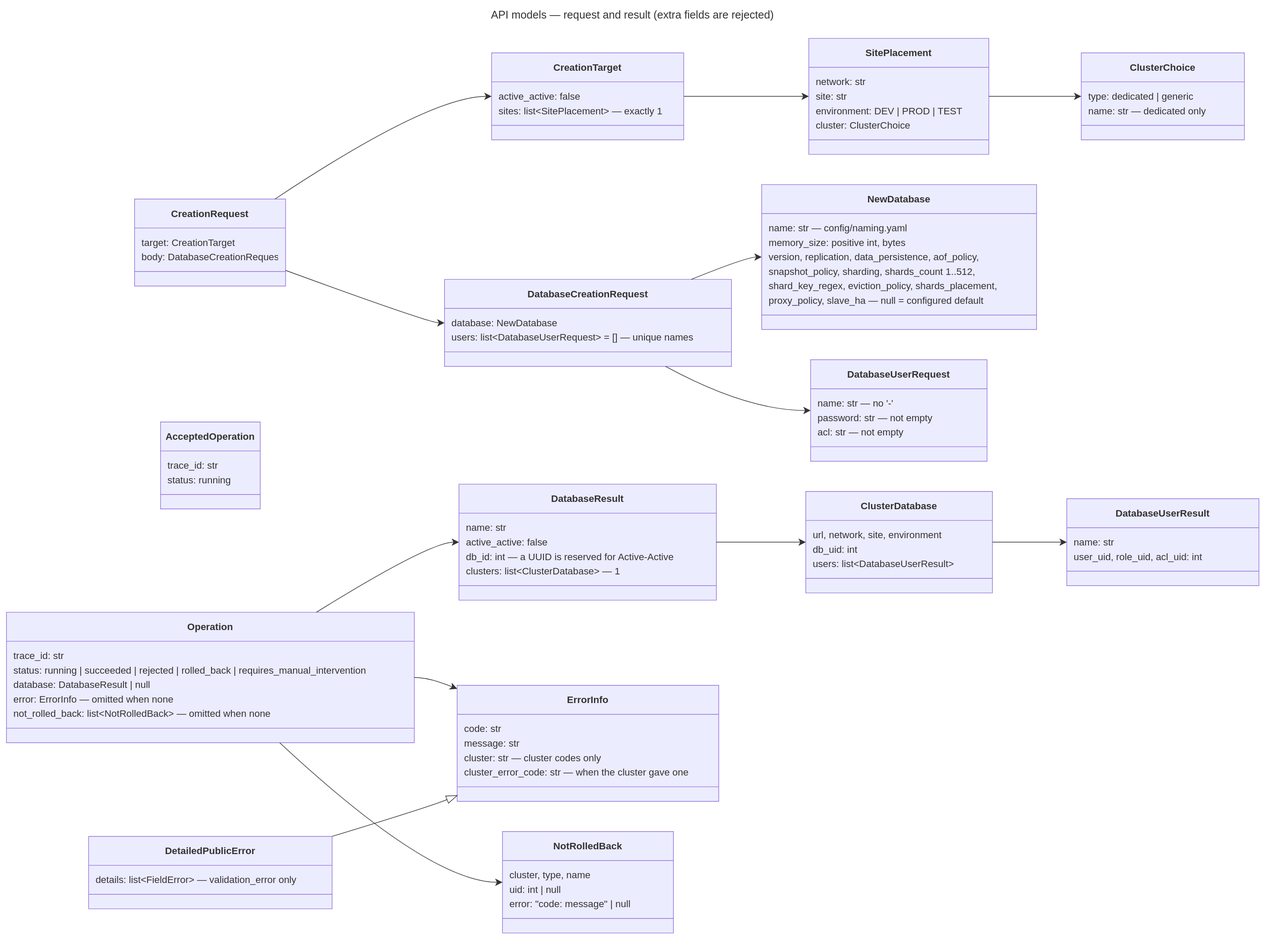
The draw.io diagram docs/diagrams/19-api-models-create.drawio.svg in EliShteinman/redis-enterprise-services, before a commit. Source tidied: cells renumbered, new cells last; positions are measured from the earlier drawing's top-left corner, leaving out a move shared by most shapes.
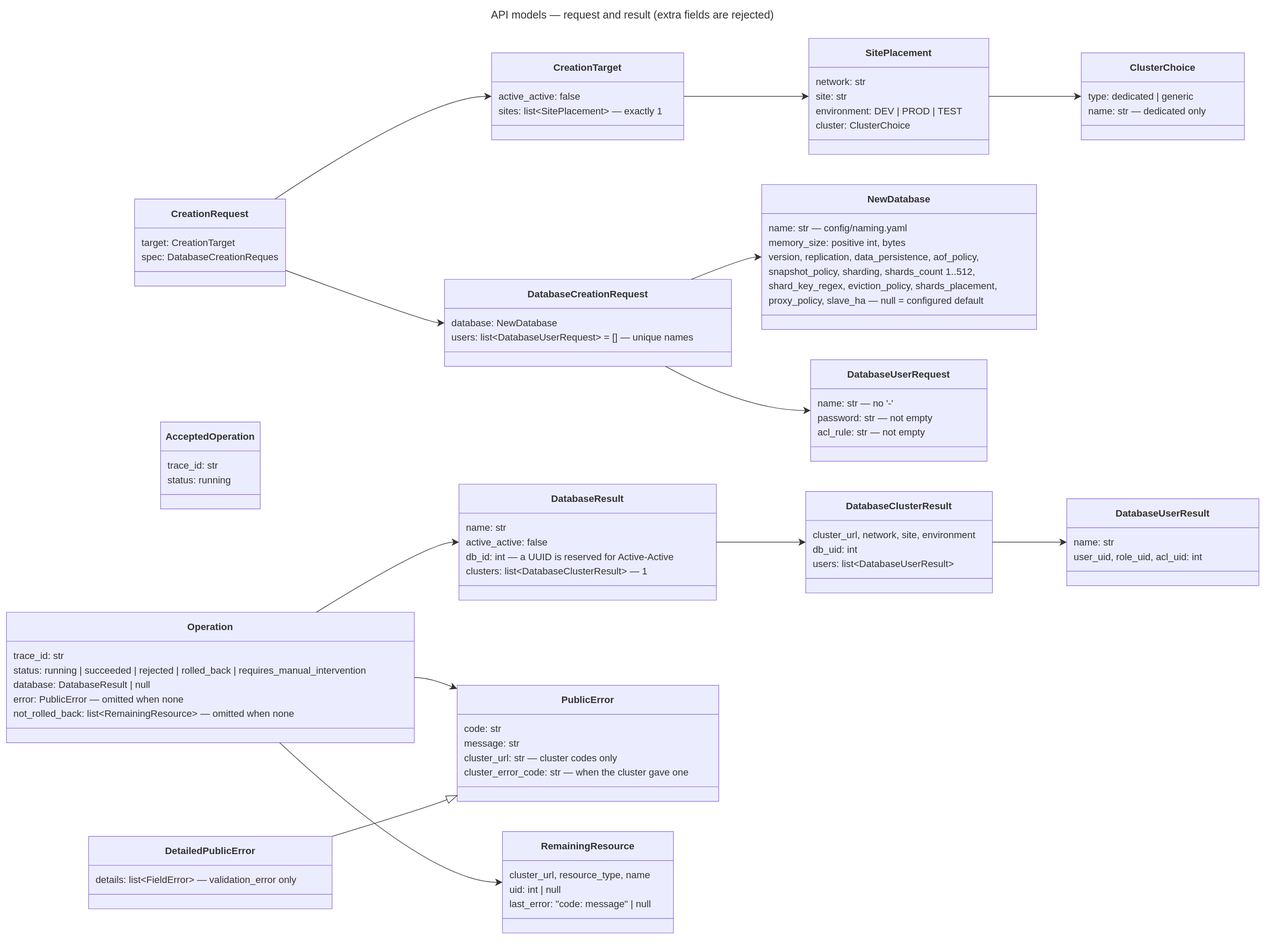
After the commit.

Commit message:
fix(api): the /docs request examples send spec and acl_rule, so Try it out is accepted again

Change to the diagram source:
```diff
@@ -8,7 +8,7 @@
     <mxCell id="3" value="target: CreationTarget" style="text;fontSize=16;strokeColor=none;fillColor=none;align=left;verticalAlign=middle;spacingLeft=10;spacingRight=12;spacingBottom=2;overflow=hidden;fontFamily=Trebuchet MS,Verdana,Arial,sans-serif;fontColor=light-dark(#333333,#cccccc);" parent="2" vertex="1">
       <mxGeometry y="60" width="250" height="24" as="geometry" />
     </mxCell>
-    <mxCell id="4" value="body: DatabaseCreationRequest" style="text;fontSize=16;strokeColor=none;fillColor=none;align=left;verticalAlign=middle;spacingLeft=10;spacingRight=12;spacingBottom=2;overflow=hidden;fontFamily=Trebuchet MS,Verdana,Arial,sans-serif;fontColor=light-dark(#333333,#cccccc);" parent="2" vertex="1">
+    <mxCell id="4" value="spec: DatabaseCreationRequest" style="text;fontSize=16;strokeColor=none;fillColor=none;align=left;verticalAlign=middle;spacingLeft=10;spacingRight=12;spacingBottom=2;overflow=hidden;fontFamily=Trebuchet MS,Verdana,Arial,sans-serif;fontColor=light-dark(#333333,#cccccc);" parent="2" vertex="1">
       <mxGeometry y="84" width="250" height="24" as="geometry" />
     </mxCell>
     <mxCell id="5" style="line;strokeWidth=1;fillColor=none;spacingLeft=3;spacingRight=3;strokeColor=inherit;" parent="2" vertex="1">
@@ -101,7 +101,7 @@
     <mxCell id="34" value="password: str — not empty" style="text;fontSize=16;strokeColor=none;fillColor=none;align=left;verticalAlign=middle;spacingLeft=10;spacingRight=12;spacingBottom=2;overflow=hidden;fontFamily=Trebuchet MS,Verdana,Arial,sans-serif;fontColor=light-dark(#333333,#cccccc);" parent="32" vertex="1">
       <mxGeometry y="84" width="292" height="24" as="geometry" />
     </mxCell>
-    <mxCell id="35" value="acl: str — not empty" style="text;fontSize=16;strokeColor=none;fillColor=none;align=left;verticalAlign=middle;spacingLeft=10;spacingRight=12;spacingBottom=2;overflow=hidden;fontFamily=Trebuchet MS,Verdana,Arial,sans-serif;fontColor=light-dark(#333333,#cccccc);" parent="32" vertex="1">
+    <mxCell id="35" value="acl_rule: str — not empty" style="text;fontSize=16;strokeColor=none;fillColor=none;align=left;verticalAlign=middle;spacingLeft=10;spacingRight=12;spacingBottom=2;overflow=hidden;fontFamily=Trebuchet MS,Verdana,Arial,sans-serif;fontColor=light-dark(#333333,#cccccc);" parent="32" vertex="1">
       <mxGeometry y="108" width="292" height="24" as="geometry" />
     </mxCell>
     <mxCell id="36" style="line;strokeWidth=1;fillColor=none;spacingLeft=3;spacingRight=3;strokeColor=inherit;" parent="32" vertex="1">
@@ -131,10 +131,10 @@
     <mxCell id="44" value="database: DatabaseResult | null" style="text;fontSize=16;strokeColor=none;fillColor=none;align=left;verticalAlign=middle;spacingLeft=10;spacingRight=12;spacingBottom=2;overflow=hidden;fontFamily=Trebuchet MS,Verdana,Arial,sans-serif;fontColor=light-dark(#333333,#cccccc);" parent="41" vertex="1">
       <mxGeometry y="108" width="675" height="24" as="geometry" />
     </mxCell>
-    <mxCell id="45" value="error: ErrorInfo — omitted when none" style="text;fontSize=16;strokeColor=none;fillColor=none;align=left;verticalAlign=middle;spacingLeft=10;spacingRight=12;spacingBottom=2;overflow=hidden;fontFamily=Trebuchet MS,Verdana,Arial,sans-serif;fontColor=light-dark(#333333,#cccccc);" parent="41" vertex="1">
+    <mxCell id="45" value="error: PublicError — omitted when none" style="text;fontSize=16;strokeColor=none;fillColor=none;align=left;verticalAlign=middle;spacingLeft=10;spacingRight=12;spacingBottom=2;overflow=hidden;fontFamily=Trebuchet MS,Verdana,Arial,sans-serif;fontColor=light-dark(#333333,#cccccc);" parent="41" vertex="1">
       <mxGeometry y="132" width="675" height="24" as="geometry" />
     </mxCell>
-    <mxCell id="46" value="not_rolled_back: list&lt;NotRolledBack&gt; — omitted when none" style="text;fontSize=16;strokeColor=none;fillColor=none;align=left;verticalAlign=middle;spacingLeft=10;spacingRight=12;spacingBottom=2;overflow=hidden;fontFamily=Trebuchet MS,Verdana,Arial,sans-serif;fontColor=light-dark(#333333,#cccccc);" parent="41" vertex="1">
+    <mxCell id="46" value="not_rolled_back: list&lt;RemainingResource&gt; — omitted when none" style="text;fontSize=16;strokeColor=none;fillColor=none;align=left;verticalAlign=middle;spacingLeft=10;spacingRight=12;spacingBottom=2;overflow=hidden;fontFamily=Trebuchet MS,Verdana,Arial,sans-serif;fontColor=light-dark(#333333,#cccccc);" parent="41" vertex="1">
       <mxGeometry y="156" width="675" height="24" as="geometry" />
     </mxCell>
     <mxCell id="47" style="line;strokeWidth=1;fillColor=none;spacingLeft=3;spacingRight=3;strokeColor=inherit;" parent="41" vertex="1">
@@ -152,16 +152,16 @@
     <mxCell id="51" value="db_id: int — a UUID is reserved for Active-Active" style="text;fontSize=16;strokeColor=none;fillColor=none;align=left;verticalAlign=middle;spacingLeft=10;spacingRight=12;spacingBottom=2;overflow=hidden;fontFamily=Trebuchet MS,Verdana,Arial,sans-serif;fontColor=light-dark(#333333,#cccccc);" parent="48" vertex="1">
       <mxGeometry y="108" width="426" height="24" as="geometry" />
     </mxCell>
-    <mxCell id="52" value="clusters: list&lt;ClusterDatabase&gt; — 1" style="text;fontSize=16;strokeColor=none;fillColor=none;align=left;verticalAlign=middle;spacingLeft=10;spacingRight=12;spacingBottom=2;overflow=hidden;fontFamily=Trebuchet MS,Verdana,Arial,sans-serif;fontColor=light-dark(#333333,#cccccc);" parent="48" vertex="1">
+    <mxCell id="52" value="clusters: list&lt;DatabaseClusterResult&gt; — 1" style="text;fontSize=16;strokeColor=none;fillColor=none;align=left;verticalAlign=middle;spacingLeft=10;spacingRight=12;spacingBottom=2;overflow=hidden;fontFamily=Trebuchet MS,Verdana,Arial,sans-serif;fontColor=light-dark(#333333,#cccccc);" parent="48" vertex="1">
       <mxGeometry y="132" width="426" height="24" as="geometry" />
     </mxCell>
     <mxCell id="53" style="line;strokeWidth=1;fillColor=none;spacingLeft=3;spacingRight=3;strokeColor=inherit;" parent="48" vertex="1">
       <mxGeometry y="156" width="426" height="24" as="geometry" />
     </mxCell>
-    <mxCell id="54" value="&lt;b&gt;ClusterDatabase&lt;/b&gt;" style="swimlane;html=1;fontStyle=1;fontSize=16;align=center;verticalAlign=middle;horizontal=1;startSize=48;swimlaneFillColor=light-dark(#ECECFF,#1f2020);whiteSpace=wrap;fillColor=light-dark(#ECECFF,#1f2020);strokeColor=light-dark(#9370DB,#cccccc);fontColor=light-dark(#333333,#cccccc);fontFamily=Trebuchet MS,Verdana,Arial,sans-serif;" parent="1" vertex="1">
+    <mxCell id="54" value="&lt;b&gt;DatabaseClusterResult&lt;/b&gt;" style="swimlane;html=1;fontStyle=1;fontSize=16;align=center;verticalAlign=middle;horizontal=1;startSize=48;swimlaneFillColor=light-dark(#ECECFF,#1f2020);whiteSpace=wrap;fillColor=light-dark(#ECECFF,#1f2020);strokeColor=light-dark(#9370DB,#cccccc);fontColor=light-dark(#333333,#cccccc);fontFamily=Trebuchet MS,Verdana,Arial,sans-serif;" parent="1" vertex="1">
       <mxGeometry x="1323" y="803" width="309" height="168" as="geometry" />
     </mxCell>
-    <mxCell id="55" value="url, network, site, environment" style="text;fontSize=16;strokeColor=none;fillColor=none;align=left;verticalAlign=middle;spacingLeft=10;spacingRight=12;spacingBottom=2;overflow=hidden;fontFamily=Trebuchet MS,Verdana,Arial,sans-serif;fontColor=light-dark(#333333,#cccccc);" parent="54" vertex="1">
+    <mxCell id="55" value="cluster_url, network, site, environment" style="text;fontSize=16;strokeColor=none;fillColor=none;align=left;verticalAlign=middle;spacingLeft=10;spacingRight=12;spacingBottom=2;overflow=hidden;fontFamily=Trebuchet MS,Verdana,Arial,sans-serif;fontColor=light-dark(#333333,#cccccc);" parent="54" vertex="1">
       <mxGeometry y="60" width="309" height="24" as="geometry" />
     </mxCell>
     <mxCell id="56" value="db_uid: int" style="text;fontSize=16;strokeColor=none;fillColor=none;align=left;verticalAlign=middle;spacingLeft=10;spacingRight=12;spacingBottom=2;overflow=hidden;fontFamily=Trebuchet MS,Verdana,Arial,sans-serif;fontColor=light-dark(#333333,#cccccc);" parent="54" vertex="1">
@@ -185,7 +185,7 @@
     <mxCell id="62" style="line;strokeWidth=1;fillColor=none;spacingLeft=3;spacingRight=3;strokeColor=inherit;" parent="59" vertex="1">
       <mxGeometry y="108" width="318" height="24" as="geometry" />
     </mxCell>
-    <mxCell id="63" value="&lt;b&gt;ErrorInfo&lt;/b&gt;" style="swimlane;html=1;fontStyle=1;fontSize=16;align=center;verticalAlign=middle;horizontal=1;startSize=48;swimlaneFillColor=light-dark(#ECECFF,#1f2020);whiteSpace=wrap;fillColor=light-dark(#ECECFF,#1f2020);strokeColor=light-dark(#9370DB,#cccccc);fontColor=light-dark(#333333,#cccccc);fontFamily=Trebuchet MS,Verdana,Arial,sans-serif;" parent="1" vertex="1">
+    <mxCell id="63" value="&lt;b&gt;PublicError&lt;/b&gt;" style="swimlane;html=1;fontStyle=1;fontSize=16;align=center;verticalAlign=middle;horizontal=1;startSize=48;swimlaneFillColor=light-dark(#ECECFF,#1f2020);whiteSpace=wrap;fillColor=light-dark(#ECECFF,#1f2020);strokeColor=light-dark(#9370DB,#cccccc);fontColor=light-dark(#333333,#cccccc);fontFamily=Trebuchet MS,Verdana,Arial,sans-serif;" parent="1" vertex="1">
       <mxGeometry x="746" y="1124" width="433" height="192" as="geometry" />
     </mxCell>
     <mxCell id="64" value="code: str" style="text;fontSize=16;strokeColor=none;fillColor=none;align=left;verticalAlign=middle;spacingLeft=10;spacingRight=12;spacingBottom=2;overflow=hidden;fontFamily=Trebuchet MS,Verdana,Arial,sans-serif;fontColor=light-dark(#333333,#cccccc);" parent="63" vertex="1">
@@ -194,7 +194,7 @@
     <mxCell id="65" value="message: str" style="text;fontSize=16;strokeColor=none;fillColor=none;align=left;verticalAlign=middle;spacingLeft=10;spacingRight=12;spacingBottom=2;overflow=hidden;fontFamily=Trebuchet MS,Verdana,Arial,sans-serif;fontColor=light-dark(#333333,#cccccc);" parent="63" vertex="1">
       <mxGeometry y="84" width="433" height="24" as="geometry" />
     </mxCell>
-    <mxCell id="66" value="cluster: str — cluster codes only" style="text;fontSize=16;strokeColor=none;fillColor=none;align=left;verticalAlign=middle;spacingLeft=10;spacingRight=12;spacingBottom=2;overflow=hidden;fontFamily=Trebuchet MS,Verdana,Arial,sans-serif;fontColor=light-dark(#333333,#cccccc);" parent="63" vertex="1">
+    <mxCell id="66" value="cluster_url: str — cluster codes only" style="text;fontSize=16;strokeColor=none;fillColor=none;align=left;verticalAlign=middle;spacingLeft=10;spacingRight=12;spacingBottom=2;overflow=hidden;fontFamily=Trebuchet MS,Verdana,Arial,sans-serif;fontColor=light-dark(#333333,#cccccc);" parent="63" vertex="1">
       <mxGeometry y="108" width="433" height="24" as="geometry" />
     </mxCell>
     <mxCell id="67" value="cluster_error_code: str — when the cluster gave one" style="text;fontSize=16;strokeColor=none;fillColor=none;align=left;verticalAlign=middle;spacingLeft=10;spacingRight=12;spacingBottom=2;overflow=hidden;fontFamily=Trebuchet MS,Verdana,Arial,sans-serif;fontColor=light-dark(#333333,#cccccc);" parent="63" vertex="1">
@@ -212,16 +212,16 @@
     <mxCell id="71" style="line;strokeWidth=1;fillColor=none;spacingLeft=3;spacingRight=3;strokeColor=inherit;" parent="69" vertex="1">
       <mxGeometry y="84" width="403" height="24" as="geometry" />
     </mxCell>
-    <mxCell id="72" value="&lt;b&gt;NotRolledBack&lt;/b&gt;" style="swimlane;html=1;fontStyle=1;fontSize=16;align=center;verticalAlign=middle;horizontal=1;startSize=48;swimlaneFillColor=light-dark(#ECECFF,#1f2020);whiteSpace=wrap;fillColor=light-dark(#ECECFF,#1f2020);strokeColor=light-dark(#9370DB,#cccccc);fontColor=light-dark(#333333,#cccccc);fontFamily=Trebuchet MS,Verdana,Arial,sans-serif;" parent="1" vertex="1">
+    <mxCell id="72" value="&lt;b&gt;RemainingResource&lt;/b&gt;" style="swimlane;html=1;fontStyle=1;fontSize=16;align=center;verticalAlign=middle;horizontal=1;startSize=48;swimlaneFillColor=light-dark(#ECECFF,#1f2020);whiteSpace=wrap;fillColor=light-dark(#ECECFF,#1f2020);strokeColor=light-dark(#9370DB,#cccccc);fontColor=light-dark(#333333,#cccccc);fontFamily=Trebuchet MS,Verdana,Arial,sans-serif;" parent="1" vertex="1">
       <mxGeometry x="821" y="1366" width="283" height="168" as="geometry" />
     </mxCell>
-    <mxCell id="73" value="cluster, type, name" style="text;fontSize=16;strokeColor=none;fillColor=none;align=left;verticalAlign=middle;spacingLeft=10;spacingRight=12;spacingBottom=2;overflow=hidden;fontFamily=Trebuchet MS,Verdana,Arial,sans-serif;fontColor=light-dark(#333333,#cccccc);" parent="72" vertex="1">
+    <mxCell id="73" value="cluster_url, resource_type, name" style="text;fontSize=16;strokeColor=none;fillColor=none;align=left;verticalAlign=middle;spacingLeft=10;spacingRight=12;spacingBottom=2;overflow=hidden;fontFamily=Trebuchet MS,Verdana,Arial,sans-serif;fontColor=light-dark(#333333,#cccccc);" parent="72" vertex="1">
       <mxGeometry y="60" width="283" height="24" as="geometry" />
     </mxCell>
     <mxCell id="74" value="uid: int | null" style="text;fontSize=16;strokeColor=none;fillColor=none;align=left;verticalAlign=middle;spacingLeft=10;spacingRight=12;spacingBottom=2;overflow=hidden;fontFamily=Trebuchet MS,Verdana,Arial,sans-serif;fontColor=light-dark(#333333,#cccccc);" parent="72" vertex="1">
       <mxGeometry y="84" width="283" height="24" as="geometry" />
     </mxCell>
-    <mxCell id="75" value="error: &quot;code: message&quot; | null" style="text;fontSize=16;strokeColor=none;fillColor=none;align=left;verticalAlign=middle;spacingLeft=10;spacingRight=12;spacingBottom=2;overflow=hidden;fontFamily=Trebuchet MS,Verdana,Arial,sans-serif;fontColor=light-dark(#333333,#cccccc);" parent="72" vertex="1">
+    <mxCell id="75" value="last_error: &quot;code: message&quot; | null" style="text;fontSize=16;strokeColor=none;fillColor=none;align=left;verticalAlign=middle;spacingLeft=10;spacingRight=12;spacingBottom=2;overflow=hidden;fontFamily=Trebuchet MS,Verdana,Arial,sans-serif;fontColor=light-dark(#333333,#cccccc);" parent="72" vertex="1">
       <mxGeometry y="108" width="283" height="24" as="geometry" />
     </mxCell>
     <mxCell id="76" style="line;strokeWidth=1;fillColor=none;spacingLeft=3;spacingRight=3;strokeColor=inherit;" parent="72" vertex="1">
```
